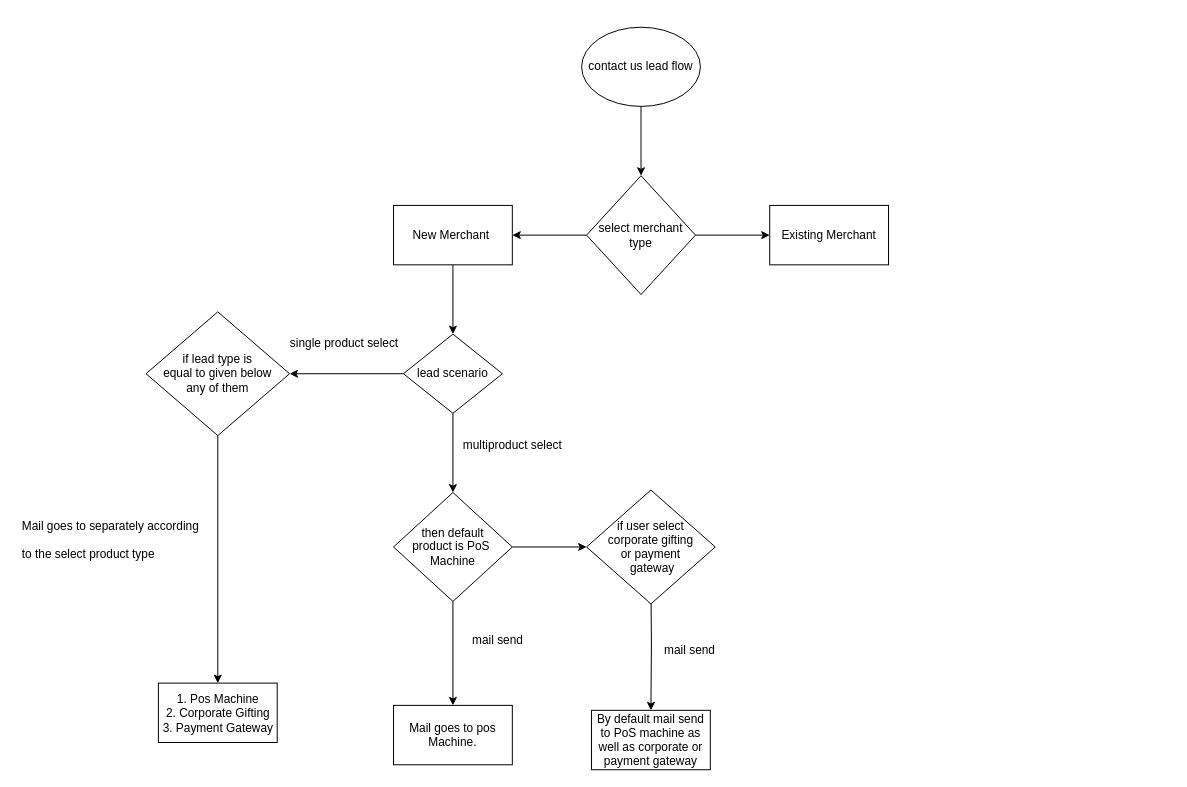
Above: contact flow.drawio in 1AbhishekS/Flow-chart (draw.io), before the change. Source tidied: cells renumbered, new cells numbered last; positions are measured from the earlier drawing's top-left corner, leaving out a move shared by most shapes. Both pictures are drawn from the tidied source at 99%, with x=0, y=0 at pixel (17, 27).
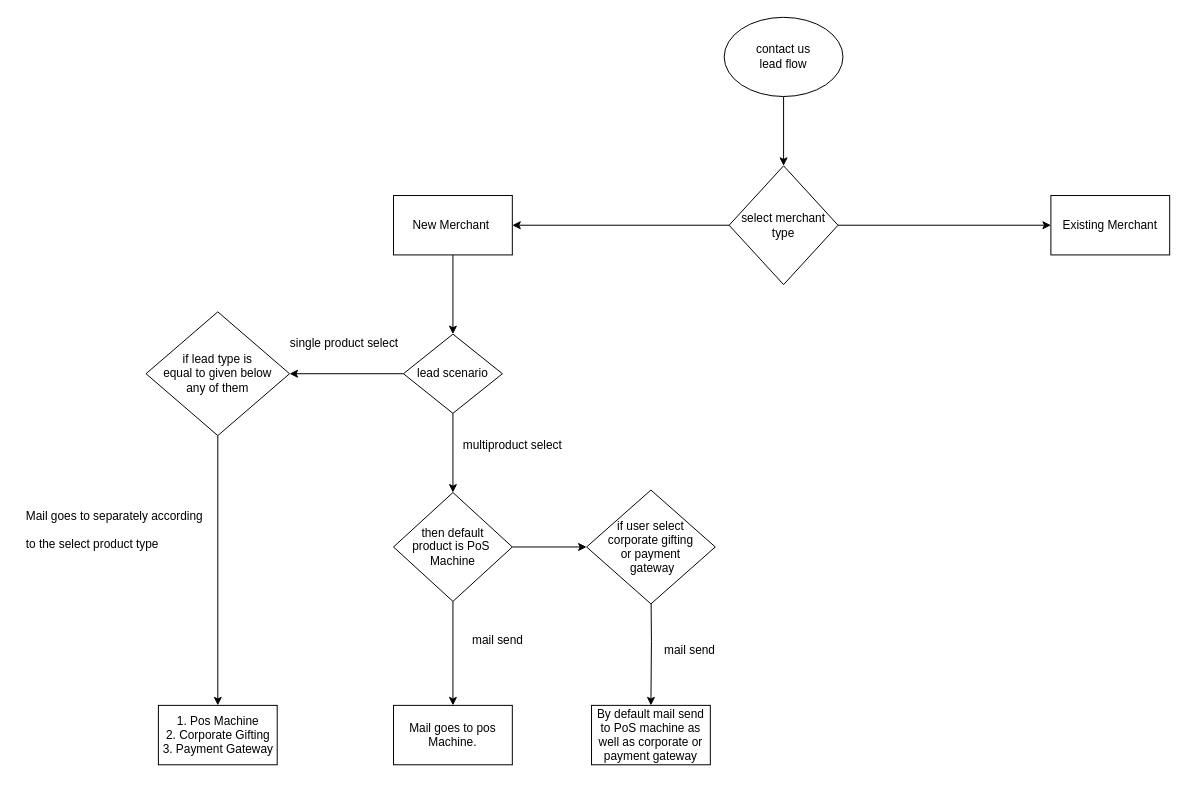
Above is the later version.

The edit, as a diff of the source:
```diff
@@
-    <mxCell id="3" value="contact us lead flow" style="ellipse;whiteSpace=wrap;html=1;" parent="1" vertex="1">
-      <mxGeometry x="570" width="120" height="80" as="geometry" />
+    <mxCell id="3" value="contact us &lt;br&gt;lead flow" style="ellipse;whiteSpace=wrap;html=1;" parent="1" vertex="1">
+      <mxGeometry x="714" y="-10" width="120" height="80" as="geometry" />
     </mxCell>
-    <mxCell id="4" style="edgeStyle=orthogonalEdgeStyle;rounded=0;jettySize=auto;html=1;" parent="1" edge="1" source="6" target="8">
+    <mxCell id="4" style="edgeStyle=orthogonalEdgeStyle;rounded=0;jettySize=auto;html=1;exitX=0;exitY=0.5;exitDx=0;exitDy=0;" parent="1" edge="1" source="6" target="8">
       <mxGeometry relative="1" as="geometry" />
     </mxCell>
@@
     <mxCell id="6" value="select merchant type" style="rhombus;whiteSpace=wrap;html=1;" parent="1" vertex="1">
-      <mxGeometry x="575" y="150" width="110" height="120" as="geometry" />
+      <mxGeometry x="719" y="140" width="110" height="120" as="geometry" />
     </mxCell>
@@
     <mxCell id="8" value="New Merchant&amp;nbsp;" style="whiteSpace=wrap;html=1;" parent="1" vertex="1">
-      <mxGeometry x="380" y="180" width="120" height="60" as="geometry" />
+      <mxGeometry x="380" y="170" width="120" height="60" as="geometry" />
     </mxCell>
     <mxCell id="9" value="Existing Merchant" style="whiteSpace=wrap;html=1;" parent="1" vertex="1">
-      <mxGeometry x="760" y="180" width="120" height="60" as="geometry" />
+      <mxGeometry x="1044" y="170" width="120" height="60" as="geometry" />
     </mxCell>
@@
     <mxCell id="16" value="1. Pos Machine&lt;br&gt;2. Corporate Gifting&lt;br&gt;3. Payment Gateway" style="whiteSpace=wrap;html=1;" parent="1" vertex="1">
-      <mxGeometry x="142.5" y="662.5" width="120" height="60" as="geometry" />
+      <mxGeometry x="142.5" y="685" width="120" height="60" as="geometry" />
     </mxCell>
     <mxCell id="17" value="&lt;h1&gt;&lt;span style=&quot;font-size: 12px ; font-weight: 400 ; text-align: center&quot;&gt;Mail goes to separately according to the select product type&lt;/span&gt;&lt;br&gt;&lt;/h1&gt;" style="text;html=1;strokeColor=none;fillColor=none;spacing=5;spacingTop=-20;whiteSpace=wrap;overflow=hidden;rounded=0;" parent="1" vertex="1">
-      <mxGeometry y="480" width="190" height="70" as="geometry" />
+      <mxGeometry x="4" y="470" width="190" height="67.5" as="geometry" />
     </mxCell>
@@
     <mxCell id="24" value="By default mail send to PoS machine as well as corporate or payment gateway" style="whiteSpace=wrap;html=1;" parent="1" vertex="1">
-      <mxGeometry x="580" y="690" width="120" height="60" as="geometry" />
+      <mxGeometry x="580" y="685" width="120" height="60" as="geometry" />
     </mxCell>
```
